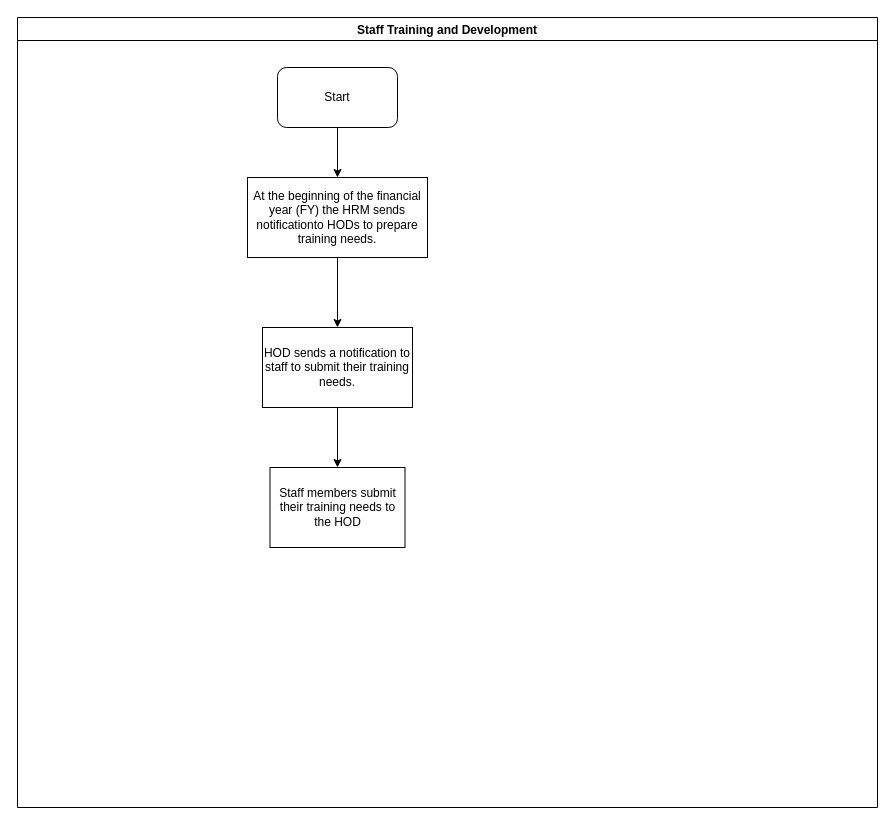
Above: TPF-HR- Staff Training and Development.drawio in kmagua/flowcharts (draw.io), before the change. Source tidied: cells renumbered, new cells numbered last; positions are measured from the earlier drawing's top-left corner, leaving out a move shared by most shapes. Both pictures are drawn from the tidied source at 100%, with x=0, y=0 at pixel (17, 17).
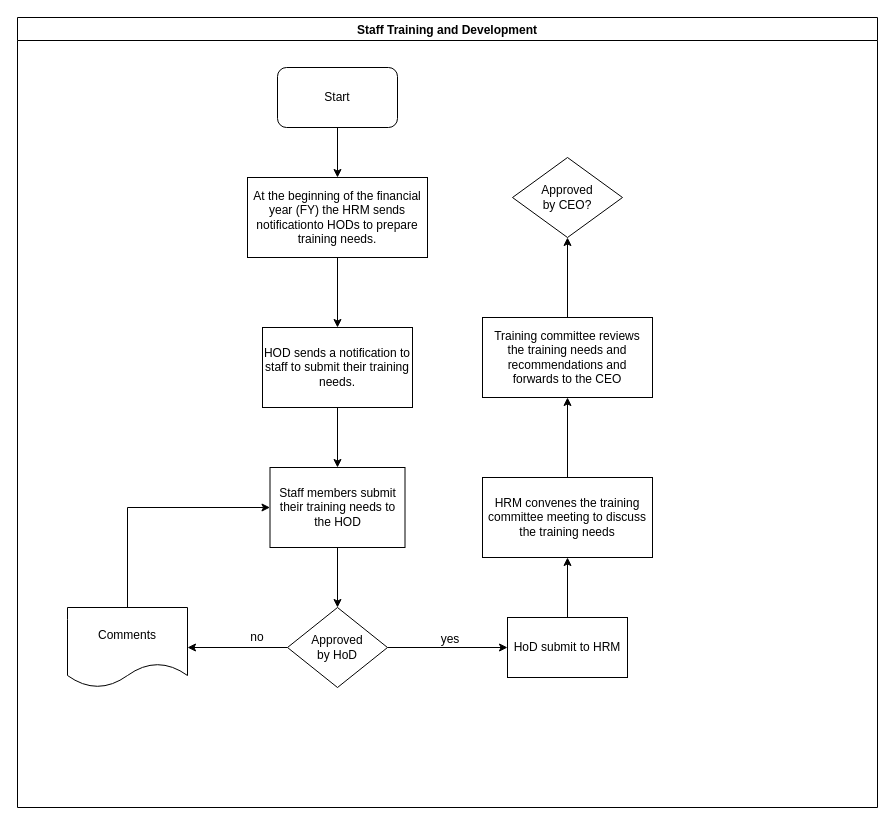
The same page after the edit.

The change refers to these unchanged cells:
```xml
<mxCell id="2" value="Staff Training and Development " style="swimlane;" parent="1" vertex="1">
  <mxGeometry width="860" height="790" as="geometry" />
</mxCell>
<mxCell id="9" value="&lt;span lang=&quot;EN-GB&quot;&gt;Staff members submit their training needs to the HOD&lt;/span&gt;" style="rounded=0;whiteSpace=wrap;html=1;" parent="2" vertex="1">
  <mxGeometry x="252.5" y="450" width="135" height="80" as="geometry" />
</mxCell>
```

The edit, as a diff of the source:
```diff
@@
+    <mxCell id="10" style="edgeStyle=orthogonalEdgeStyle;rounded=0;jettySize=auto;html=1;" parent="2" edge="1" source="12" target="15">
+      <mxGeometry relative="1" as="geometry" />
+    </mxCell>
+    <mxCell id="11" style="edgeStyle=orthogonalEdgeStyle;rounded=0;jettySize=auto;html=1;" parent="2" edge="1" source="12" target="18">
+      <mxGeometry relative="1" as="geometry" />
+    </mxCell>
+    <mxCell id="12" value="&lt;div&gt;Approved&lt;/div&gt;&lt;div&gt; by HoD&lt;/div&gt;" style="rhombus;whiteSpace=wrap;html=1;" parent="2" vertex="1">
+      <mxGeometry x="270" y="590" width="100" height="80" as="geometry" />
+    </mxCell>
+    <mxCell id="13" style="edgeStyle=orthogonalEdgeStyle;rounded=0;jettySize=auto;html=1;" parent="2" edge="1" source="9" target="12">
+      <mxGeometry relative="1" as="geometry" />
+    </mxCell>
+    <mxCell id="14" style="edgeStyle=orthogonalEdgeStyle;rounded=0;jettySize=auto;html=1;entryX=0;entryY=0.5;entryDx=0;entryDy=0;exitX=0.5;exitY=0;exitDx=0;exitDy=0;" parent="2" edge="1" source="15" target="9">
+      <mxGeometry relative="1" as="geometry" />
+    </mxCell>
+    <mxCell id="15" value="Comments" style="shape=document;whiteSpace=wrap;html=1;boundedLbl=1;" parent="2" vertex="1">
+      <mxGeometry x="50" y="590" width="120" height="80" as="geometry" />
+    </mxCell>
+    <mxCell id="16" value="no" style="text;html=1;strokeColor=none;fillColor=none;align=center;verticalAlign=middle;whiteSpace=wrap;rounded=0;" parent="2" vertex="1">
+      <mxGeometry x="220" y="610" width="40" height="20" as="geometry" />
+    </mxCell>
+    <mxCell id="17" style="edgeStyle=orthogonalEdgeStyle;rounded=0;jettySize=auto;html=1;" parent="2" edge="1" source="18" target="20">
+      <mxGeometry relative="1" as="geometry" />
+    </mxCell>
+    <mxCell id="18" value="HoD submit to HRM" style="whiteSpace=wrap;html=1;" parent="2" vertex="1">
+      <mxGeometry x="490" y="600" width="120" height="60" as="geometry" />
+    </mxCell>
+    <mxCell id="19" style="edgeStyle=orthogonalEdgeStyle;rounded=0;jettySize=auto;html=1;" parent="2" edge="1" source="20" target="21">
+      <mxGeometry relative="1" as="geometry" />
+    </mxCell>
+    <mxCell id="20" value="&lt;table&gt;&lt;tbody&gt;&lt;tr&gt;&lt;td&gt;&lt;p&gt;&lt;span lang=&quot;EN-GB&quot;&gt;HRM convenes the training committee meeting to discuss  the training needs&lt;/span&gt;&lt;/p&gt;&lt;/td&gt;&lt;/tr&gt;&lt;/tbody&gt;&lt;/table&gt;" style="whiteSpace=wrap;html=1;" parent="2" vertex="1">
+      <mxGeometry x="465" y="460" width="170" height="80" as="geometry" />
+    </mxCell>
+    <mxCell id="21" value="&lt;table&gt;&lt;tbody&gt;&lt;tr&gt;&lt;td&gt;&lt;p&gt;&lt;span lang=&quot;EN-GB&quot;&gt;Training committee reviews the training needs and recommendations and forwards to the CEO&lt;/span&gt;&lt;/p&gt;&lt;/td&gt;&lt;/tr&gt;&lt;/tbody&gt;&lt;/table&gt;" style="whiteSpace=wrap;html=1;" parent="2" vertex="1">
+      <mxGeometry x="465" y="300" width="170" height="80" as="geometry" />
+    </mxCell>
+    <mxCell id="22" value="&lt;div&gt;Approved&lt;/div&gt;&lt;div&gt; by CEO?&lt;/div&gt;" style="rhombus;whiteSpace=wrap;html=1;" parent="2" vertex="1">
+      <mxGeometry x="495" y="140" width="110" height="80" as="geometry" />
+    </mxCell>
+    <mxCell id="23" style="edgeStyle=orthogonalEdgeStyle;rounded=0;jettySize=auto;html=1;" parent="2" edge="1" source="21" target="22">
+      <mxGeometry relative="1" as="geometry" />
+    </mxCell>
+    <mxCell id="24" value="yes" style="text;html=1;strokeColor=none;fillColor=none;align=center;verticalAlign=middle;whiteSpace=wrap;rounded=0;" parent="1" vertex="1">
+      <mxGeometry x="413" y="612" width="40" height="20" as="geometry" />
+    </mxCell>
```
